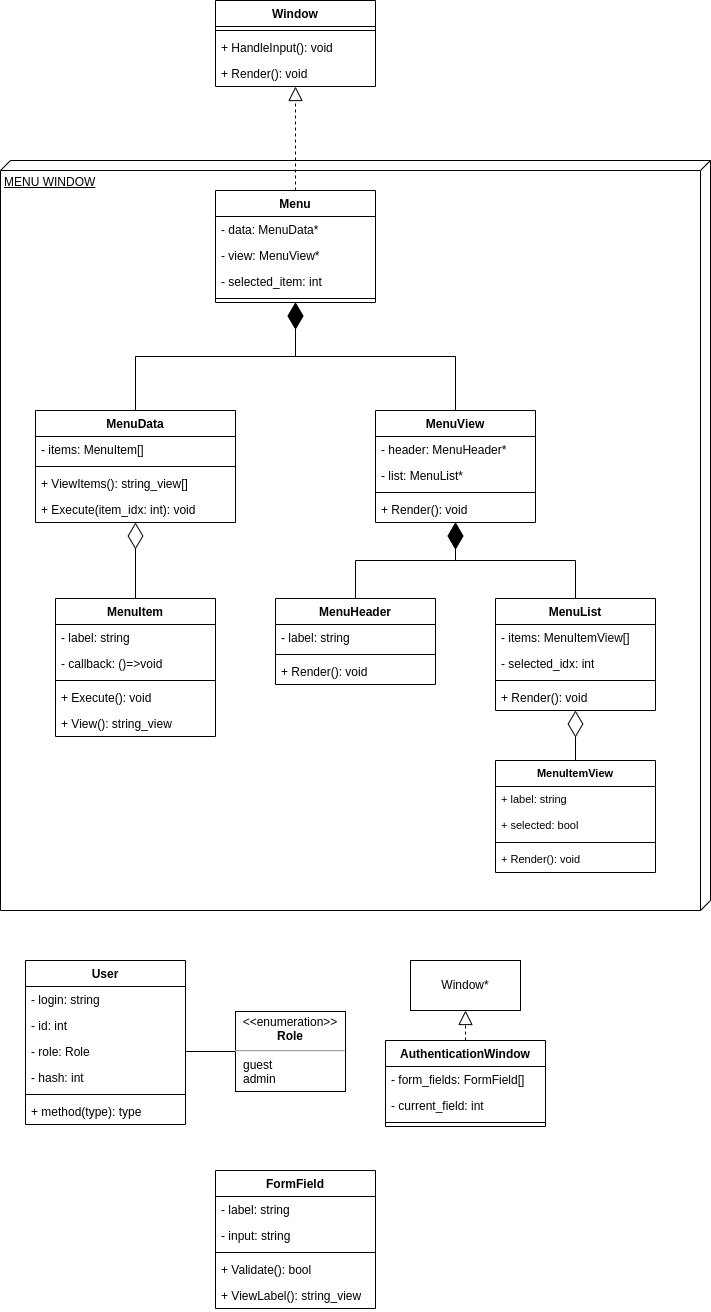
This is docs/diagrams/classes.drawio.png from fpmi-tp2023/labrabota5pr2-fluffy-kittens, a draw.io export, as it was before one commit. Source tidied: cells renumbered, new cells last; positions are measured from the earlier drawing's top-left corner, leaving out a move shared by most shapes.
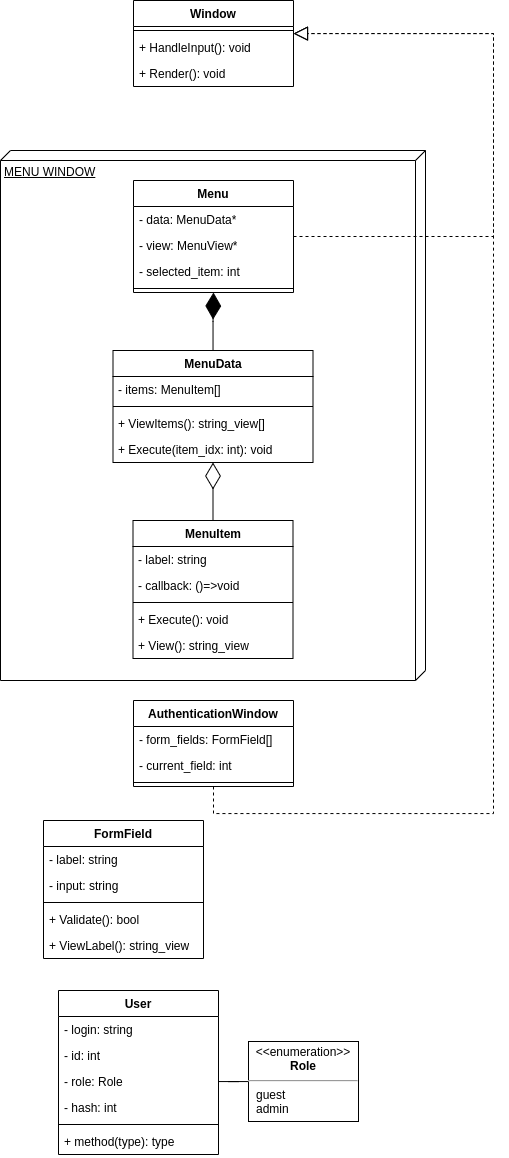
Above is the later version.

Commit message:
docs: class menu mvc -> mc

Change to the diagram source:
```diff
@@ -3,10 +3,10 @@
     <mxCell id="0" />
     <mxCell id="1" parent="0" />
     <mxCell id="2" value="MENU WINDOW" style="verticalAlign=top;align=left;spacingTop=8;spacingLeft=2;spacingRight=12;shape=cube;size=10;direction=south;fontStyle=4;html=1;whiteSpace=wrap;" parent="1" vertex="1">
-      <mxGeometry y="160" width="710" height="750" as="geometry" />
+      <mxGeometry x="132" y="-50" width="425" height="530" as="geometry" />
     </mxCell>
     <mxCell id="3" value="Menu" style="swimlane;fontStyle=1;align=center;verticalAlign=top;horizontal=1;startSize=26;whiteSpace=wrap;html=1;" parent="1" vertex="1">
-      <mxGeometry x="215" y="190" width="160" height="112" as="geometry" />
+      <mxGeometry x="265" y="-20" width="160" height="112" as="geometry" />
     </mxCell>
     <mxCell id="4" value="- data: MenuData*" style="text;strokeColor=none;fillColor=none;align=left;verticalAlign=top;spacingLeft=4;spacingRight=4;overflow=hidden;whiteSpace=wrap;html=1;" parent="3" vertex="1">
       <mxGeometry y="26" width="160" height="26" as="geometry" />
@@ -21,7 +21,7 @@
       <mxGeometry y="104" width="160" height="8" as="geometry" />
     </mxCell>
     <mxCell id="8" value="MenuData" style="swimlane;fontStyle=1;align=center;verticalAlign=top;horizontal=1;startSize=26;whiteSpace=wrap;html=1;" parent="1" vertex="1">
-      <mxGeometry x="35" y="410" width="200" height="112" as="geometry" />
+      <mxGeometry x="244.5" y="150" width="200" height="112" as="geometry" />
     </mxCell>
     <mxCell id="9" value="- items: MenuItem[]" style="text;strokeColor=none;fillColor=none;align=left;verticalAlign=top;spacingLeft=4;spacingRight=4;overflow=hidden;whiteSpace=wrap;html=1;" parent="8" vertex="1">
       <mxGeometry y="26" width="200" height="26" as="geometry" />
@@ -35,23 +35,8 @@
     <mxCell id="12" value="+ Execute(item_idx: int): void" style="text;strokeColor=none;fillColor=none;align=left;verticalAlign=top;spacingLeft=4;spacingRight=4;overflow=hidden;whiteSpace=wrap;html=1;" parent="8" vertex="1">
       <mxGeometry y="86" width="200" height="26" as="geometry" />
     </mxCell>
-    <mxCell id="13" value="MenuView" style="swimlane;fontStyle=1;align=center;verticalAlign=top;horizontal=1;startSize=26;whiteSpace=wrap;html=1;" parent="1" vertex="1">
-      <mxGeometry x="375" y="410" width="160" height="112" as="geometry" />
-    </mxCell>
-    <mxCell id="14" value="- header: MenuHeader*" style="text;strokeColor=none;fillColor=none;align=left;verticalAlign=top;spacingLeft=4;spacingRight=4;overflow=hidden;whiteSpace=wrap;html=1;" parent="13" vertex="1">
-      <mxGeometry y="26" width="160" height="26" as="geometry" />
-    </mxCell>
-    <mxCell id="15" value="- list: MenuList*" style="text;strokeColor=none;fillColor=none;align=left;verticalAlign=top;spacingLeft=4;spacingRight=4;overflow=hidden;whiteSpace=wrap;html=1;" parent="13" vertex="1">
-      <mxGeometry y="52" width="160" height="26" as="geometry" />
-    </mxCell>
-    <mxCell id="16" style="line;strokeWidth=1;fillColor=none;align=left;verticalAlign=middle;spacingTop=-1;spacingLeft=3;spacingRight=3;labelPosition=right;strokeColor=inherit;" parent="13" vertex="1">
-      <mxGeometry y="78" width="160" height="8" as="geometry" />
-    </mxCell>
-    <mxCell id="17" value="+ Render(): void" style="text;strokeColor=none;fillColor=none;align=left;verticalAlign=top;spacingLeft=4;spacingRight=4;overflow=hidden;whiteSpace=wrap;html=1;" parent="13" vertex="1">
-      <mxGeometry y="86" width="160" height="26" as="geometry" />
-    </mxCell>
     <mxCell id="18" value="MenuItem" style="swimlane;fontStyle=1;align=center;verticalAlign=top;horizontal=1;startSize=26;whiteSpace=wrap;html=1;" parent="1" vertex="1">
-      <mxGeometry x="55" y="598" width="160" height="138" as="geometry" />
+      <mxGeometry x="264.5" y="320" width="160" height="138" as="geometry" />
     </mxCell>
     <mxCell id="19" value="- label: string" style="text;strokeColor=none;fillColor=none;align=left;verticalAlign=top;spacingLeft=4;spacingRight=4;overflow=hidden;whiteSpace=wrap;html=1;" parent="18" vertex="1">
       <mxGeometry y="26" width="160" height="26" as="geometry" />
@@ -68,68 +53,14 @@
     <mxCell id="23" value="+ View(): string_view" style="text;strokeColor=none;fillColor=none;align=left;verticalAlign=top;spacingLeft=4;spacingRight=4;overflow=hidden;whiteSpace=wrap;html=1;" parent="18" vertex="1">
       <mxGeometry y="112" width="160" height="26" as="geometry" />
     </mxCell>
-    <mxCell id="24" value="MenuHeader" style="swimlane;fontStyle=1;align=center;verticalAlign=top;horizontal=1;startSize=26;whiteSpace=wrap;html=1;" parent="1" vertex="1">
-      <mxGeometry x="275" y="598" width="160" height="86" as="geometry" />
-    </mxCell>
-    <mxCell id="25" value="- label: string" style="text;strokeColor=none;fillColor=none;align=left;verticalAlign=top;spacingLeft=4;spacingRight=4;overflow=hidden;whiteSpace=wrap;html=1;" parent="24" vertex="1">
-      <mxGeometry y="26" width="160" height="26" as="geometry" />
-    </mxCell>
-    <mxCell id="26" style="line;strokeWidth=1;fillColor=none;align=left;verticalAlign=middle;spacingTop=-1;spacingLeft=3;spacingRight=3;labelPosition=right;strokeColor=inherit;" parent="24" vertex="1">
-      <mxGeometry y="52" width="160" height="8" as="geometry" />
-    </mxCell>
-    <mxCell id="27" value="+ Render(): void" style="text;strokeColor=none;fillColor=none;align=left;verticalAlign=top;spacingLeft=4;spacingRight=4;overflow=hidden;whiteSpace=wrap;html=1;" parent="24" vertex="1">
-      <mxGeometry y="60" width="160" height="26" as="geometry" />
-    </mxCell>
-    <mxCell id="28" value="MenuList" style="swimlane;fontStyle=1;align=center;verticalAlign=top;horizontal=1;startSize=26;whiteSpace=wrap;html=1;" parent="1" vertex="1">
-      <mxGeometry x="495" y="598" width="160" height="112" as="geometry" />
-    </mxCell>
-    <mxCell id="29" value="- items: MenuItemView[]" style="text;strokeColor=none;fillColor=none;align=left;verticalAlign=top;spacingLeft=4;spacingRight=4;overflow=hidden;whiteSpace=wrap;html=1;" parent="28" vertex="1">
-      <mxGeometry y="26" width="160" height="26" as="geometry" />
-    </mxCell>
-    <mxCell id="30" value="- selected_idx: int" style="text;strokeColor=none;fillColor=none;align=left;verticalAlign=top;spacingLeft=4;spacingRight=4;overflow=hidden;whiteSpace=wrap;html=1;" parent="28" vertex="1">
-      <mxGeometry y="52" width="160" height="26" as="geometry" />
-    </mxCell>
-    <mxCell id="31" style="line;strokeWidth=1;fillColor=none;align=left;verticalAlign=middle;spacingTop=-1;spacingLeft=3;spacingRight=3;labelPosition=right;strokeColor=inherit;" parent="28" vertex="1">
-      <mxGeometry y="78" width="160" height="8" as="geometry" />
-    </mxCell>
-    <mxCell id="32" value="+ Render(): void" style="text;strokeColor=none;fillColor=none;align=left;verticalAlign=top;spacingLeft=4;spacingRight=4;overflow=hidden;whiteSpace=wrap;html=1;" parent="28" vertex="1">
-      <mxGeometry y="86" width="160" height="26" as="geometry" />
-    </mxCell>
     <mxCell id="33" style="endArrow=diamondThin;endFill=1;endSize=24;html=1;rounded=0;edgeStyle=orthogonalEdgeStyle;" parent="1" edge="1" source="8" target="3">
       <mxGeometry relative="1" as="geometry" />
     </mxCell>
-    <mxCell id="34" style="endArrow=diamondThin;endFill=1;endSize=24;html=1;rounded=0;edgeStyle=orthogonalEdgeStyle;" parent="1" edge="1" source="13" target="3">
-      <mxGeometry relative="1" as="geometry" />
-    </mxCell>
     <mxCell id="35" style="endArrow=diamondThin;endFill=0;endSize=24;html=1;rounded=0;labelBackgroundColor=default;strokeColor=default;fontFamily=Helvetica;fontSize=11;fontColor=default;shape=connector;" parent="1" edge="1" source="18" target="8">
       <mxGeometry relative="1" as="geometry" />
     </mxCell>
-    <mxCell id="36" style="endArrow=diamondThin;endFill=1;endSize=24;html=1;rounded=0;labelBackgroundColor=default;strokeColor=default;fontFamily=Helvetica;fontSize=11;fontColor=default;shape=connector;edgeStyle=orthogonalEdgeStyle;" parent="1" edge="1" source="24" target="13">
-      <mxGeometry relative="1" as="geometry" />
-    </mxCell>
-    <mxCell id="37" style="endArrow=diamondThin;endFill=1;endSize=24;html=1;rounded=0;labelBackgroundColor=default;strokeColor=default;fontFamily=Helvetica;fontSize=11;fontColor=default;shape=connector;edgeStyle=orthogonalEdgeStyle;" parent="1" edge="1" source="28" target="13">
-      <mxGeometry relative="1" as="geometry" />
-    </mxCell>
-    <mxCell id="38" value="MenuItemView" style="swimlane;fontStyle=1;align=center;verticalAlign=top;horizontal=1;startSize=26;whiteSpace=wrap;html=1;fontFamily=Helvetica;fontSize=11;fontColor=default;" parent="1" vertex="1">
-      <mxGeometry x="495" y="760" width="160" height="112" as="geometry" />
-    </mxCell>
-    <mxCell id="39" value="+ label: string" style="text;strokeColor=none;fillColor=none;align=left;verticalAlign=top;spacingLeft=4;spacingRight=4;overflow=hidden;whiteSpace=wrap;html=1;fontSize=11;fontFamily=Helvetica;fontColor=default;" parent="38" vertex="1">
-      <mxGeometry y="26" width="160" height="26" as="geometry" />
-    </mxCell>
-    <mxCell id="40" value="+ selected: bool" style="text;strokeColor=none;fillColor=none;align=left;verticalAlign=top;spacingLeft=4;spacingRight=4;overflow=hidden;whiteSpace=wrap;html=1;fontSize=11;fontFamily=Helvetica;fontColor=default;" parent="38" vertex="1">
-      <mxGeometry y="52" width="160" height="26" as="geometry" />
-    </mxCell>
-    <mxCell id="41" style="line;strokeWidth=1;fillColor=none;align=left;verticalAlign=middle;spacingTop=-1;spacingLeft=3;spacingRight=3;labelPosition=right;strokeColor=inherit;fontFamily=Helvetica;fontSize=11;fontColor=default;" parent="38" vertex="1">
-      <mxGeometry y="78" width="160" height="8" as="geometry" />
-    </mxCell>
-    <mxCell id="42" value="+ Render(): void" style="text;strokeColor=none;fillColor=none;align=left;verticalAlign=top;spacingLeft=4;spacingRight=4;overflow=hidden;whiteSpace=wrap;html=1;fontSize=11;fontFamily=Helvetica;fontColor=default;" parent="38" vertex="1">
-      <mxGeometry y="86" width="160" height="26" as="geometry" />
-    </mxCell>
-    <mxCell id="43" style="endArrow=diamondThin;endFill=0;endSize=24;html=1;rounded=0;labelBackgroundColor=default;strokeColor=default;fontFamily=Helvetica;fontSize=11;fontColor=default;shape=connector;edgeStyle=orthogonalEdgeStyle;" parent="1" edge="1" source="38" target="28">
-      <mxGeometry relative="1" as="geometry" />
-    </mxCell>
     <mxCell id="44" value="Window" style="swimlane;fontStyle=1;align=center;verticalAlign=top;horizontal=1;startSize=26;whiteSpace=wrap;html=1;" parent="1" vertex="1">
-      <mxGeometry x="215" width="160" height="86" as="geometry" />
+      <mxGeometry x="265" y="-200" width="160" height="86" as="geometry" />
     </mxCell>
     <mxCell id="45" style="line;strokeWidth=1;fillColor=none;align=left;verticalAlign=middle;spacingTop=-1;spacingLeft=3;spacingRight=3;labelPosition=right;strokeColor=inherit;" parent="44" vertex="1">
       <mxGeometry y="26" width="160" height="8" as="geometry" />
@@ -140,11 +71,16 @@
     <mxCell id="47" value="+ Render(): void" style="text;strokeColor=none;fillColor=none;align=left;verticalAlign=top;spacingLeft=4;spacingRight=4;overflow=hidden;whiteSpace=wrap;html=1;" parent="44" vertex="1">
       <mxGeometry y="60" width="160" height="26" as="geometry" />
     </mxCell>
-    <mxCell id="48" style="endArrow=block;dashed=1;endFill=0;endSize=12;html=1;rounded=0;" parent="1" edge="1" source="3" target="44">
-      <mxGeometry relative="1" as="geometry" />
+    <mxCell id="48" style="endArrow=block;dashed=1;endFill=0;endSize=12;html=1;rounded=0;edgeStyle=orthogonalEdgeStyle;" parent="1" edge="1" source="3" target="44">
+      <mxGeometry relative="1" as="geometry">
+        <Array as="points">
+          <mxPoint x="625" y="36" />
+          <mxPoint x="625" y="-167" />
+        </Array>
+      </mxGeometry>
     </mxCell>
     <mxCell id="49" value="User" style="swimlane;fontStyle=1;align=center;verticalAlign=top;horizontal=1;startSize=26;whiteSpace=wrap;html=1;" parent="1" vertex="1">
-      <mxGeometry x="25" y="960" width="160" height="164" as="geometry" />
+      <mxGeometry x="190" y="790" width="160" height="164" as="geometry" />
     </mxCell>
     <mxCell id="50" value="- login: string" style="text;strokeColor=none;fillColor=none;align=left;verticalAlign=top;spacingLeft=4;spacingRight=4;overflow=hidden;whiteSpace=wrap;html=1;" parent="49" vertex="1">
       <mxGeometry y="26" width="160" height="26" as="geometry" />
@@ -165,13 +101,13 @@
       <mxGeometry y="138" width="160" height="26" as="geometry" />
     </mxCell>
     <mxCell id="56" value="&lt;p style=&quot;margin:0px;margin-top:4px;text-align:center;&quot;&gt;&amp;lt;&amp;lt;enumeration&amp;gt;&amp;gt;&lt;br&gt;&lt;b&gt;Role&lt;/b&gt;&lt;/p&gt;&lt;hr&gt;&lt;p style=&quot;margin:0px;margin-left:8px;text-align:left;&quot;&gt;guest&lt;br&gt;admin&lt;/p&gt;" style="shape=rect;html=1;overflow=fill;whiteSpace=wrap;" parent="1" vertex="1">
-      <mxGeometry x="235" y="1011" width="110" height="80" as="geometry" />
+      <mxGeometry x="380" y="841" width="110" height="80" as="geometry" />
     </mxCell>
     <mxCell id="57" style="edgeStyle=orthogonalEdgeStyle;rounded=0;jettySize=auto;html=1;endArrow=none;endFill=0;" parent="1" edge="1" source="52" target="56">
       <mxGeometry relative="1" as="geometry" />
     </mxCell>
     <mxCell id="58" value="AuthenticationWindow" style="swimlane;fontStyle=1;align=center;verticalAlign=top;horizontal=1;startSize=26;whiteSpace=wrap;html=1;" parent="1" vertex="1">
-      <mxGeometry x="385" y="1040" width="160" height="86" as="geometry" />
+      <mxGeometry x="265" y="500" width="160" height="86" as="geometry" />
     </mxCell>
     <mxCell id="59" value="- form_fields: FormField[]" style="text;strokeColor=none;fillColor=none;align=left;verticalAlign=top;spacingLeft=4;spacingRight=4;overflow=hidden;whiteSpace=wrap;html=1;" parent="58" vertex="1">
       <mxGeometry y="26" width="160" height="26" as="geometry" />
@@ -182,14 +118,8 @@
     <mxCell id="61" style="line;strokeWidth=1;fillColor=none;align=left;verticalAlign=middle;spacingTop=-1;spacingLeft=3;spacingRight=3;labelPosition=right;strokeColor=inherit;" parent="58" vertex="1">
       <mxGeometry y="78" width="160" height="8" as="geometry" />
     </mxCell>
-    <mxCell id="62" value="Window*" style="html=1;whiteSpace=wrap;" parent="1" vertex="1">
-      <mxGeometry x="410" y="960" width="110" height="50" as="geometry" />
-    </mxCell>
-    <mxCell id="63" style="endArrow=block;dashed=1;endFill=0;endSize=12;html=1;rounded=0;edgeStyle=orthogonalEdgeStyle;" parent="1" edge="1" source="58" target="62">
-      <mxGeometry relative="1" as="geometry" />
-    </mxCell>
     <mxCell id="64" value="FormField" style="swimlane;fontStyle=1;align=center;verticalAlign=top;horizontal=1;startSize=26;whiteSpace=wrap;html=1;" parent="1" vertex="1">
-      <mxGeometry x="215" y="1170" width="160" height="138" as="geometry" />
+      <mxGeometry x="175" y="620" width="160" height="138" as="geometry" />
     </mxCell>
     <mxCell id="65" value="- label: string" style="text;strokeColor=none;fillColor=none;align=left;verticalAlign=top;spacingLeft=4;spacingRight=4;overflow=hidden;whiteSpace=wrap;html=1;" parent="64" vertex="1">
       <mxGeometry y="26" width="160" height="26" as="geometry" />
@@ -206,5 +136,13 @@
     <mxCell id="69" value="+ ViewLabel(): string_view" style="text;strokeColor=none;fillColor=none;align=left;verticalAlign=top;spacingLeft=4;spacingRight=4;overflow=hidden;whiteSpace=wrap;html=1;" parent="64" vertex="1">
       <mxGeometry y="112" width="160" height="26" as="geometry" />
     </mxCell>
+    <mxCell id="70" style="endArrow=block;dashed=1;endFill=0;endSize=12;html=1;rounded=0;edgeStyle=orthogonalEdgeStyle;" parent="1" edge="1" source="58" target="44">
+      <mxGeometry relative="1" as="geometry">
+        <Array as="points">
+          <mxPoint x="625" y="613" />
+          <mxPoint x="625" y="-167" />
+        </Array>
+      </mxGeometry>
+    </mxCell>
   </root>
 </mxGraphModel>
```
